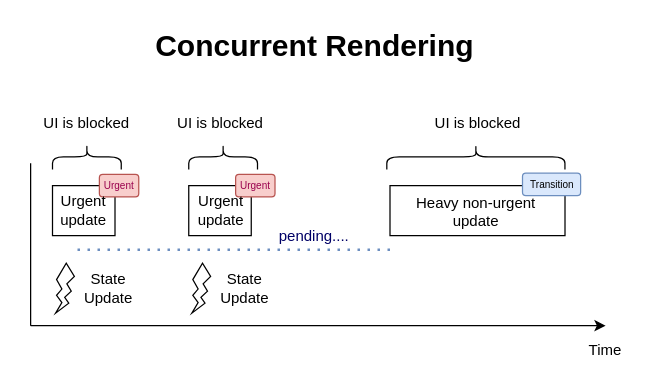
This is page "Concurrent Rendering Mode" (2 of 2) of content/posts/137-react-usetransition/diagrams/diagram.drawio from panzerdp/dmitripavlutin.com, a draw.io file, before an edit. Source tidied: cells renumbered, new cells numbered last; positions are measured from the earlier drawing's top-left corner, leaving out a move shared by most shapes. Both pictures are drawn from the tidied source at 125%, with x=0, y=0 at pixel (24, 21).
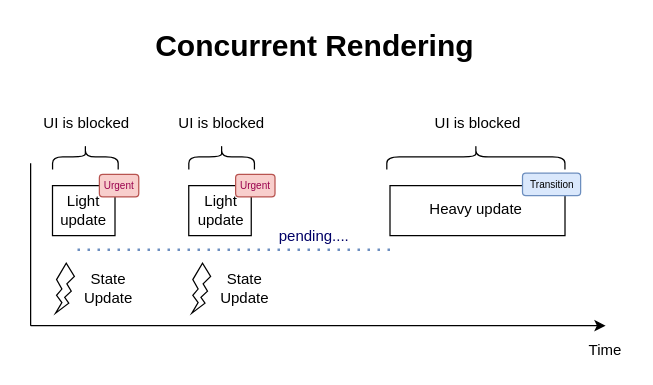
The same diagram, later.

Change to the diagram source:
```diff
@@
     <mxCell id="10" style="shape=curlyBracket;whiteSpace=wrap;html=1;rounded=1;rotation=90;" parent="1" vertex="1">
-      <mxGeometry x="40" y="80.5" width="20" height="55" as="geometry" />
+      <mxGeometry x="38.8" y="81.8" width="20" height="52.5" as="geometry" />
     </mxCell>
@@
     <mxCell id="17" style="shape=curlyBracket;whiteSpace=wrap;html=1;rounded=1;rotation=90;" parent="1" vertex="1">
-      <mxGeometry x="149" y="80.5" width="20" height="55" as="geometry" />
+      <mxGeometry x="147.8" y="81.8" width="20" height="52.5" as="geometry" />
     </mxCell>
     <mxCell id="18" value="UI is blocked" style="text;html=1;strokeColor=none;fillColor=none;align=center;verticalAlign=middle;whiteSpace=wrap;rounded=0;" parent="1" vertex="1">
-      <mxGeometry x="106.5" y="71" width="100" height="20" as="geometry" />
+      <mxGeometry x="107.5" y="71" width="100" height="20" as="geometry" />
     </mxCell>
@@
-    <mxCell id="24" value="Heavy non-urgent update" style="text;html=1;strokeColor=none;fillColor=none;align=center;verticalAlign=middle;whiteSpace=wrap;rounded=0;" parent="1" vertex="1">
-      <mxGeometry x="310" y="142.2" width="102.5" height="20" as="geometry" />
+    <mxCell id="24" value="Heavy update" style="text;html=1;strokeColor=none;fillColor=none;align=center;verticalAlign=middle;whiteSpace=wrap;rounded=0;" parent="1" vertex="1">
+      <mxGeometry x="310" y="140.2" width="102.5" height="20" as="geometry" />
     </mxCell>
-    <mxCell id="25" value="Urgent update" style="text;html=1;strokeColor=none;fillColor=none;align=center;verticalAlign=middle;whiteSpace=wrap;rounded=0;" parent="1" vertex="1">
+    <mxCell id="25" value="Light update" style="text;html=1;strokeColor=none;fillColor=none;align=center;verticalAlign=middle;whiteSpace=wrap;rounded=0;" parent="1" vertex="1">
       <mxGeometry x="15" y="141.2" width="65" height="20" as="geometry" />
     </mxCell>
-    <mxCell id="26" value="Urgent update" style="text;html=1;strokeColor=none;fillColor=none;align=center;verticalAlign=middle;whiteSpace=wrap;rounded=0;" parent="1" vertex="1">
+    <mxCell id="26" value="Light update" style="text;html=1;strokeColor=none;fillColor=none;align=center;verticalAlign=middle;whiteSpace=wrap;rounded=0;" parent="1" vertex="1">
       <mxGeometry x="124.5" y="141.2" width="65" height="20" as="geometry" />
     </mxCell>
```
